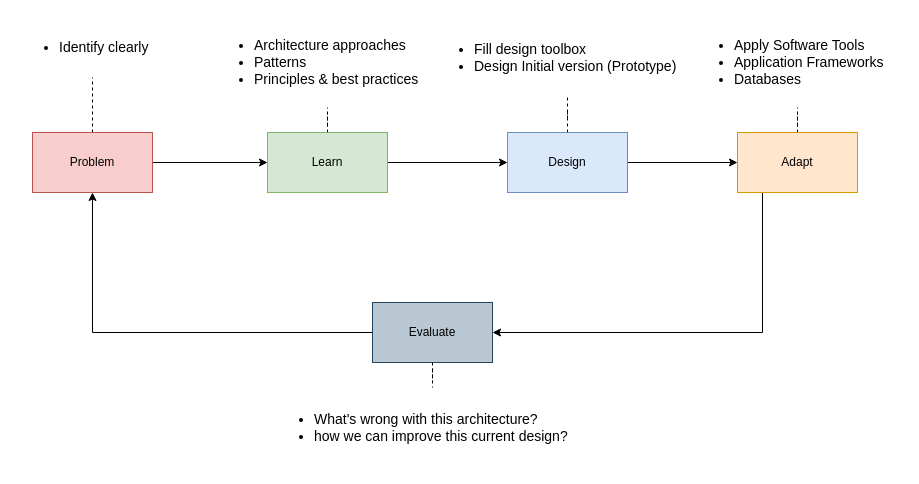
Before: Diagrams/WayDesignSoftwareArchitecture.drawio in jeftegoes/ExamplesDotnetJson, a draw.io diagram. Source tidied: cells renumbered, new cells numbered last; positions are measured from the earlier drawing's top-left corner, leaving out a move shared by most shapes. Both pictures are drawn from the tidied source at 100%, with x=0, y=0 at pixel (17, 17).
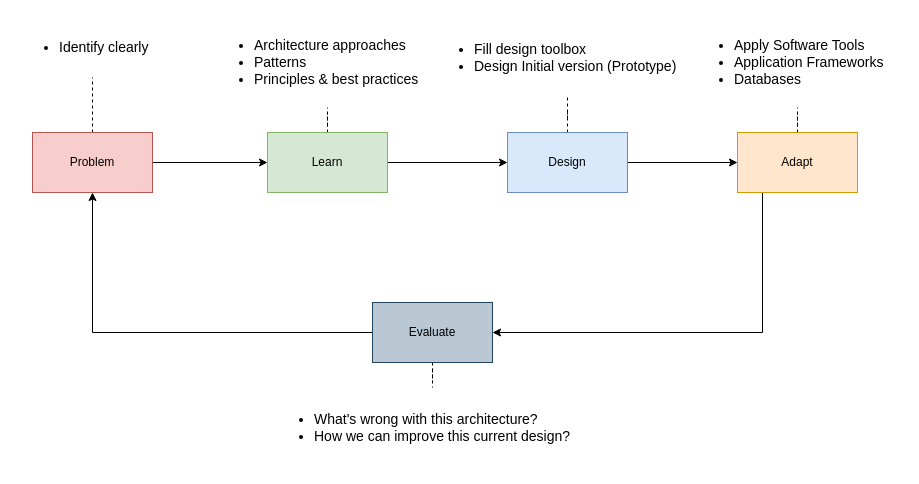
After the change.

What changed in the source:
```diff
@@
-    <mxCell id="21" value="&lt;ul&gt;&lt;li&gt;What's wrong with this architecture?&lt;/li&gt;&lt;li&gt;how we can improve this current design?&lt;/li&gt;&lt;/ul&gt;" style="text;html=1;align=left;verticalAlign=middle;points=[];strokeColor=none;fillColor=none;fontSize=14;" parent="1" vertex="1">
+    <mxCell id="21" value="&lt;ul&gt;&lt;li&gt;What's wrong with this architecture?&lt;/li&gt;&lt;li&gt;How we can improve this current design?&lt;/li&gt;&lt;/ul&gt;" style="text;html=1;align=left;verticalAlign=middle;points=[];strokeColor=none;fillColor=none;fontSize=14;" parent="1" vertex="1">
       <mxGeometry x="255" y="370" width="320" height="80" as="geometry" />
     </mxCell>
```
